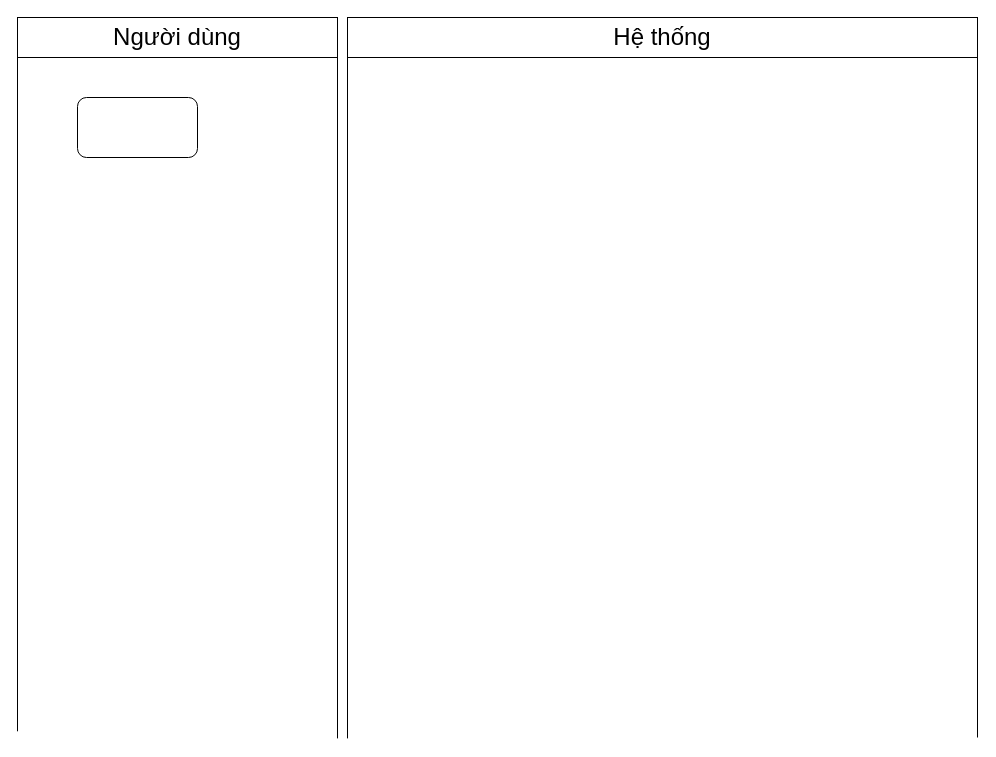
Earlier version of the draw.io diagram Biểu đồ không có tiêu đề.drawio (tqminhchan/code_ttud). Source tidied: cells renumbered, new cells numbered last; positions are measured from the earlier drawing's top-left corner, leaving out a move shared by most shapes. Both pictures are drawn from the tidied source at 100%, with x=0, y=0 at pixel (17, 17).
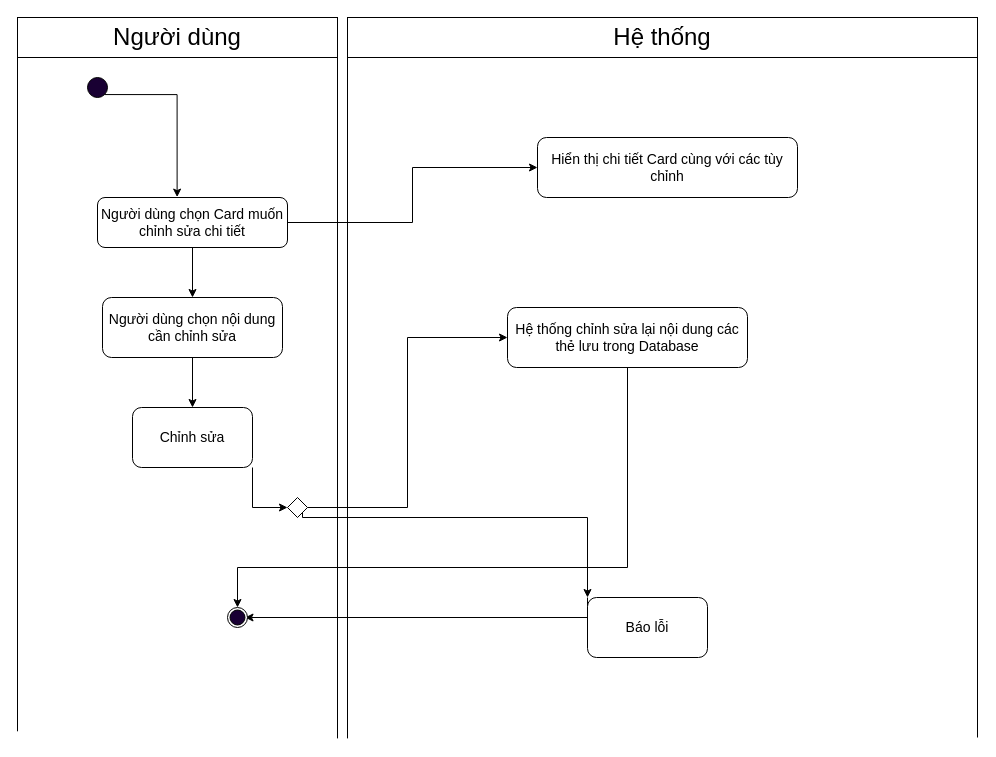
After the change.

Commit message (it also covers changes not shown here):
Cập nhật Biểu đồ không có tiêu đề.drawio

The edit, as a diff of the source:
```diff
@@
+    <mxCell id="13" style="edgeStyle=orthogonalEdgeStyle;rounded=0;jettySize=auto;html=1;exitX=0.5;exitY=1;exitDx=0;exitDy=0;entryX=0.5;entryY=0;entryDx=0;entryDy=0;" parent="1" edge="1" source="10" target="18">
+      <mxGeometry relative="1" as="geometry" />
+    </mxCell>
+    <mxCell id="14" style="edgeStyle=orthogonalEdgeStyle;rounded=0;jettySize=auto;html=1;exitX=1;exitY=0.5;exitDx=0;exitDy=0;" parent="1" edge="1" source="10" target="19">
+      <mxGeometry relative="1" as="geometry" />
+    </mxCell>
-    <mxCell id="10" style="rounded=1;whiteSpace=wrap;html=1;" parent="1" vertex="1">
-      <mxGeometry x="60" y="80" width="120" height="60" as="geometry" />
+    <mxCell id="10" value="&lt;font style=&quot;font-size: 14px;&quot;&gt;Người dùng chọn Card muốn chỉnh sửa chi tiết&lt;/font&gt;" style="rounded=1;whiteSpace=wrap;html=1;" parent="1" vertex="1">
+      <mxGeometry x="80" y="180" width="190" height="50" as="geometry" />
     </mxCell>
@@
+    <mxCell id="15" style="ellipse;whiteSpace=wrap;html=1;fillColor=#190033;" parent="1" vertex="1">
+      <mxGeometry x="70" y="60" width="20" height="20" as="geometry" />
+    </mxCell>
+    <mxCell id="16" style="edgeStyle=orthogonalEdgeStyle;rounded=0;jettySize=auto;html=1;exitX=1;exitY=1;exitDx=0;exitDy=0;entryX=0.419;entryY=-0.008;entryDx=0;entryDy=0;entryPerimeter=0;" parent="1" edge="1" source="15" target="10">
+      <mxGeometry relative="1" as="geometry">
+        <Array as="points">
+          <mxPoint x="160" y="77" />
+        </Array>
+      </mxGeometry>
+    </mxCell>
+    <mxCell id="17" style="edgeStyle=orthogonalEdgeStyle;rounded=0;jettySize=auto;html=1;exitX=0.5;exitY=1;exitDx=0;exitDy=0;entryX=0.5;entryY=0;entryDx=0;entryDy=0;" parent="1" edge="1" source="18" target="21">
+      <mxGeometry relative="1" as="geometry" />
+    </mxCell>
+    <mxCell id="18" value="&lt;font style=&quot;font-size: 14px;&quot;&gt;Người dùng chọn nội dung cần chỉnh sửa&lt;/font&gt;" style="rounded=1;whiteSpace=wrap;html=1;" parent="1" vertex="1">
+      <mxGeometry x="85" y="280" width="180" height="60" as="geometry" />
+    </mxCell>
+    <mxCell id="19" value="&lt;font style=&quot;font-size: 14px;&quot;&gt;Hiển thị chi tiết Card cùng với các tùy chỉnh&lt;/font&gt;" style="rounded=1;whiteSpace=wrap;html=1;" parent="1" vertex="1">
+      <mxGeometry x="520" y="120" width="260" height="60" as="geometry" />
+    </mxCell>
+    <mxCell id="20" style="edgeStyle=orthogonalEdgeStyle;rounded=0;jettySize=auto;html=1;exitX=1;exitY=1;exitDx=0;exitDy=0;entryX=0;entryY=0.5;entryDx=0;entryDy=0;" parent="1" edge="1" source="21" target="26">
+      <mxGeometry relative="1" as="geometry" />
+    </mxCell>
+    <mxCell id="21" value="&lt;font style=&quot;font-size: 14px;&quot;&gt;Chỉnh sửa&lt;/font&gt;" style="rounded=1;whiteSpace=wrap;html=1;" parent="1" vertex="1">
+      <mxGeometry x="115" y="390" width="120" height="60" as="geometry" />
+    </mxCell>
+    <mxCell id="22" style="edgeStyle=orthogonalEdgeStyle;rounded=0;jettySize=auto;html=1;exitX=0.5;exitY=1;exitDx=0;exitDy=0;" parent="1" edge="1" source="23" target="29">
+      <mxGeometry relative="1" as="geometry">
+        <Array as="points">
+          <mxPoint x="610" y="550" />
+          <mxPoint x="220" y="550" />
+        </Array>
+      </mxGeometry>
+    </mxCell>
+    <mxCell id="23" value="&lt;font style=&quot;font-size: 14px;&quot;&gt;Hệ thống chỉnh sửa lại nội dung các thẻ lưu trong Database&lt;/font&gt;" style="rounded=1;whiteSpace=wrap;html=1;" parent="1" vertex="1">
+      <mxGeometry x="490" y="290" width="240" height="60" as="geometry" />
+    </mxCell>
+    <mxCell id="24" style="edgeStyle=orthogonalEdgeStyle;rounded=0;jettySize=auto;html=1;exitX=1;exitY=0.5;exitDx=0;exitDy=0;entryX=0;entryY=0.5;entryDx=0;entryDy=0;" parent="1" edge="1" source="26" target="23">
+      <mxGeometry relative="1" as="geometry" />
+    </mxCell>
+    <mxCell id="25" style="edgeStyle=orthogonalEdgeStyle;rounded=0;jettySize=auto;html=1;exitX=1;exitY=1;exitDx=0;exitDy=0;entryX=0;entryY=0;entryDx=0;entryDy=0;" parent="1" edge="1" source="26" target="28">
+      <mxGeometry relative="1" as="geometry">
+        <Array as="points">
+          <mxPoint x="285" y="500" />
+          <mxPoint x="570" y="500" />
+        </Array>
+      </mxGeometry>
+    </mxCell>
+    <mxCell id="26" style="rhombus;whiteSpace=wrap;html=1;" parent="1" vertex="1">
+      <mxGeometry x="270" y="480" width="20" height="20" as="geometry" />
+    </mxCell>
+    <mxCell id="27" style="edgeStyle=orthogonalEdgeStyle;rounded=0;jettySize=auto;html=1;exitX=0;exitY=0;exitDx=0;exitDy=0;entryX=1;entryY=0.5;entryDx=0;entryDy=0;" parent="1" edge="1" source="28" target="30">
+      <mxGeometry relative="1" as="geometry">
+        <Array as="points">
+          <mxPoint x="570" y="600" />
+        </Array>
+      </mxGeometry>
+    </mxCell>
+    <mxCell id="28" value="&lt;font style=&quot;font-size: 14px;&quot;&gt;Báo lỗi&lt;/font&gt;" style="rounded=1;whiteSpace=wrap;html=1;" parent="1" vertex="1">
+      <mxGeometry x="570" y="580" width="120" height="60" as="geometry" />
+    </mxCell>
+    <mxCell id="29" style="ellipse;whiteSpace=wrap;html=1;" parent="1" vertex="1">
+      <mxGeometry x="210" y="590" width="20" height="20" as="geometry" />
+    </mxCell>
+    <mxCell id="30" style="ellipse;whiteSpace=wrap;html=1;fillColor=#190033;" parent="1" vertex="1">
+      <mxGeometry x="212.5" y="592.5" width="15" height="15" as="geometry" />
+    </mxCell>
```
